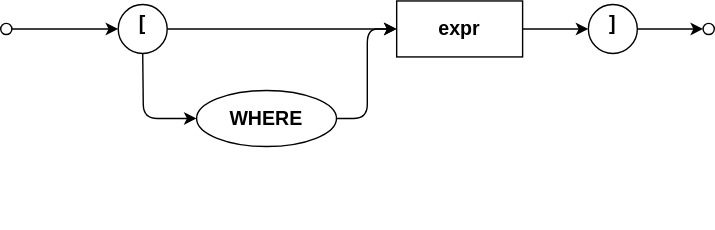
Above: assets/cxl/infix-filter.drawio.svg in capire/docs (draw.io), before the change. Source tidied: cells renumbered, new cells last; positions are measured from the earlier drawing's top-left corner, leaving out a move shared by most shapes.
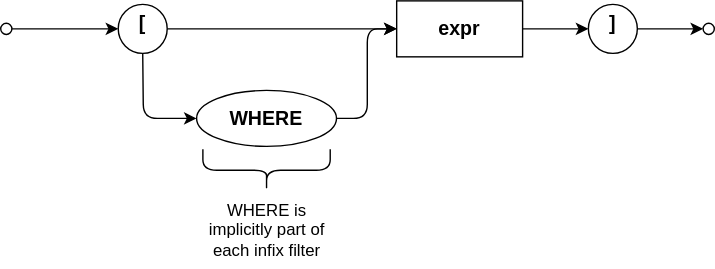
Above is the later version.

Change to the diagram source:
```diff
@@ -3,7 +3,7 @@
     <mxCell id="0" />
     <mxCell id="1" parent="0" />
     <mxCell id="2" value="Best viewed with the &lt;a href=&quot;https://github.com/ariel-bentu/tam-drawio&quot;&gt;TAM plugin&lt;/a&gt;" style="text;html=1;shape=tamPluginMissing;" parent="1" vertex="1">
-      <mxGeometry x="296.5" y="138" width="200" height="25" as="geometry" />
+      <mxGeometry x="227.2" y="166" width="200" height="25" as="geometry" />
     </mxCell>
     <mxCell id="3" style="edgeStyle=none;html=1;strokeWidth=1;verticalAlign=middle;align=center;fontStyle=1;fontSize=14;" parent="1" edge="1" source="4" target="8">
       <mxGeometry relative="1" as="geometry" />
@@ -45,5 +45,8 @@
     <mxCell id="14" style="edgeStyle=elbowEdgeStyle;html=1;labelBackgroundColor=none;rounded=1;elbow=horizontal;endArrow=classic;endFill=1;align=center;exitX=1;exitY=0.5;exitDx=0;exitDy=0;entryX=0;entryY=0.5;entryDx=0;entryDy=0;strokeWidth=1;verticalAlign=middle;fontStyle=1;fontSize=14;" parent="1" edge="1" source="5" target="12">
       <mxGeometry relative="1" as="geometry" />
     </mxCell>
+    <mxCell id="15" value="WHERE is implicitly part of each infix filter" style="shape=curlyBracket;whiteSpace=wrap;html=1;rounded=1;flipH=1;labelPosition=center;verticalLabelPosition=bottom;align=center;verticalAlign=top;flipV=0;direction=north;" parent="1" vertex="1">
+      <mxGeometry x="144.5" y="106" width="91" height="30" as="geometry" />
+    </mxCell>
   </root>
 </mxGraphModel>
```
